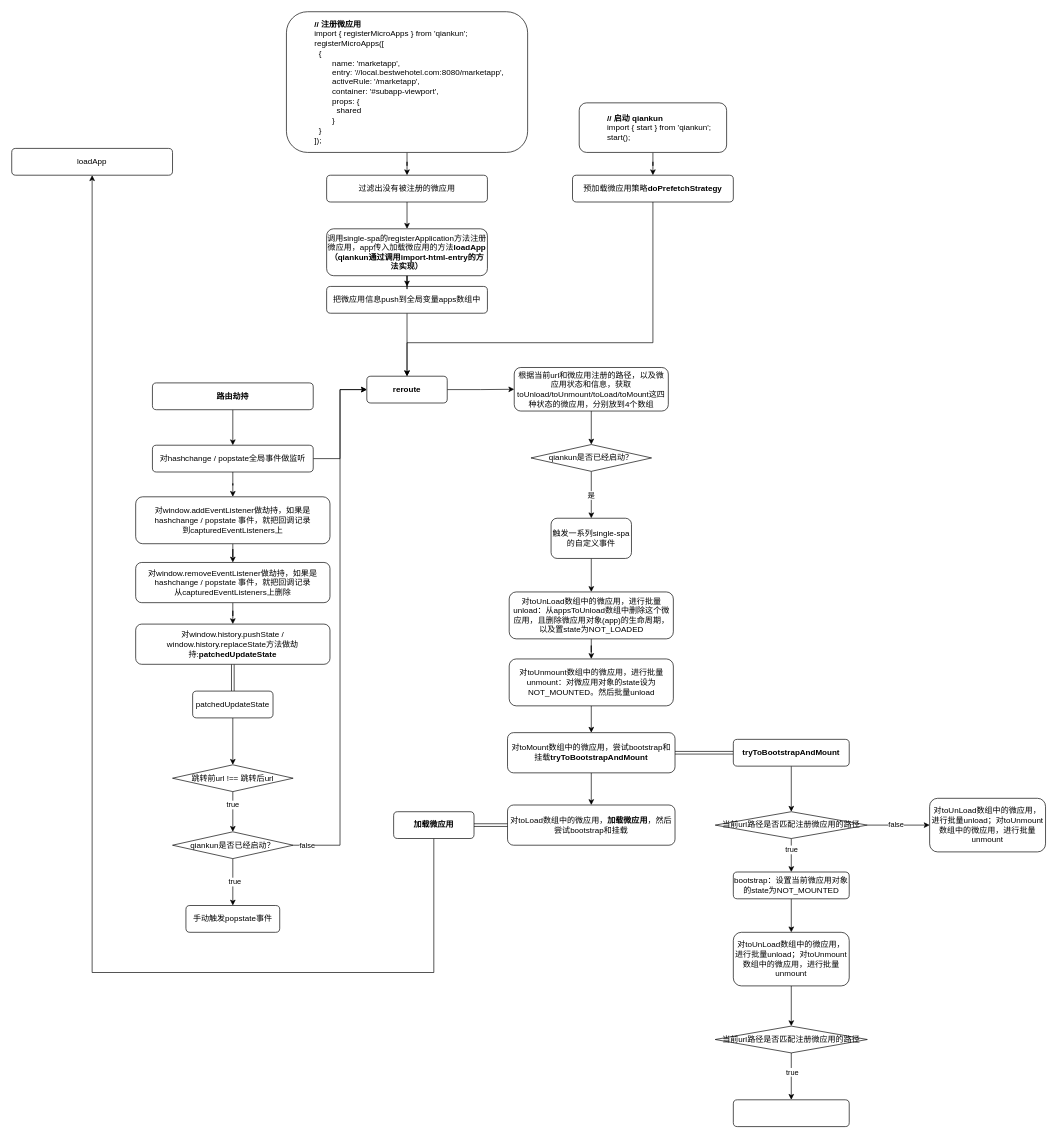
Above: page "劫持/注册/启动" (2 of 2) of frontend/qiankun工作流程.drawio in Rockergmail/draw.io (draw.io), before the change. Source tidied: cells renumbered, new cells numbered last; positions are measured from the earlier drawing's top-left corner, leaving out a move shared by most shapes. Both pictures are drawn from the tidied source at 67%, with x=0, y=0 at pixel (11, 11).
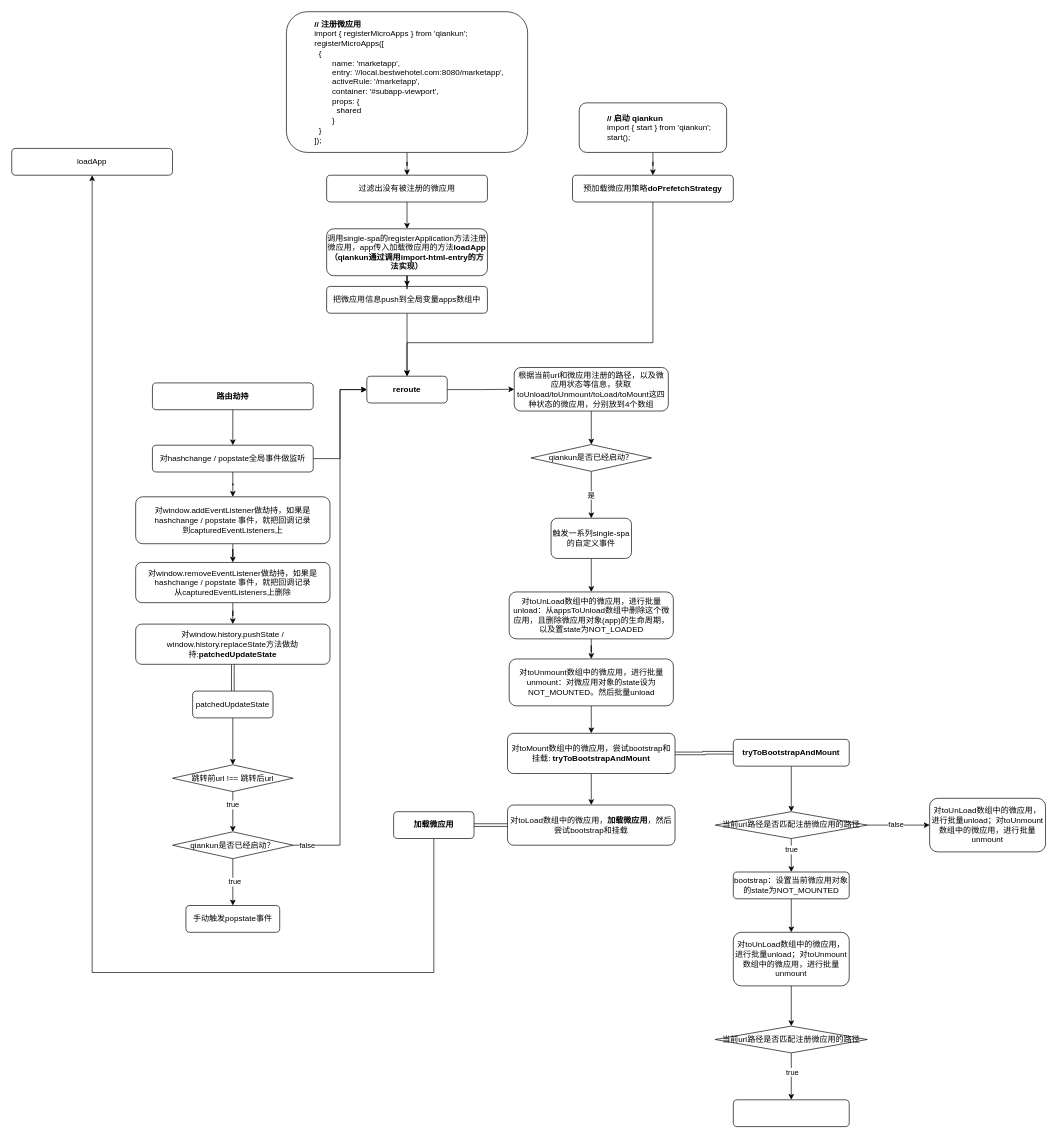
The same page after the edit.

What changed in the source:
```diff
@@
-    <mxCell id="39" value="根据当前url和微应用注册的路径，以及微应用状态和信息，获取toUnload/toUnmount/toLoad/toMount这四种状态的微应用，分别放到4个数组" style="rounded=1;whiteSpace=wrap;html=1;fontSize=12;glass=0;strokeWidth=1;shadow=0;" parent="1" vertex="1">
+    <mxCell id="39" value="根据当前url和微应用注册的路径，以及微应用状态等信息，获取toUnload/toUnmount/toLoad/toMount这四种状态的微应用，分别放到4个数组" style="rounded=1;whiteSpace=wrap;html=1;fontSize=12;glass=0;strokeWidth=1;shadow=0;" parent="1" vertex="1">
       <mxGeometry x="750" y="531" width="230" height="65" as="geometry" />
     </mxCell>
@@
-    <mxCell id="51" value="对toMount数组中的微应用，尝试bootstrap和挂载&lt;b&gt;tryToBootstrapAndMount&lt;/b&gt;" style="whiteSpace=wrap;html=1;rounded=1;" parent="1" vertex="1">
-      <mxGeometry x="740" y="1076" width="250" height="60" as="geometry" />
+    <mxCell id="51" value="对toMount数组中的微应用，尝试bootstrap和挂载:&amp;nbsp;&lt;b&gt;tryToBootstrapAndMount&lt;/b&gt;" style="whiteSpace=wrap;html=1;rounded=1;" parent="1" vertex="1">
+      <mxGeometry x="740" y="1077" width="250" height="60" as="geometry" />
     </mxCell>
```
